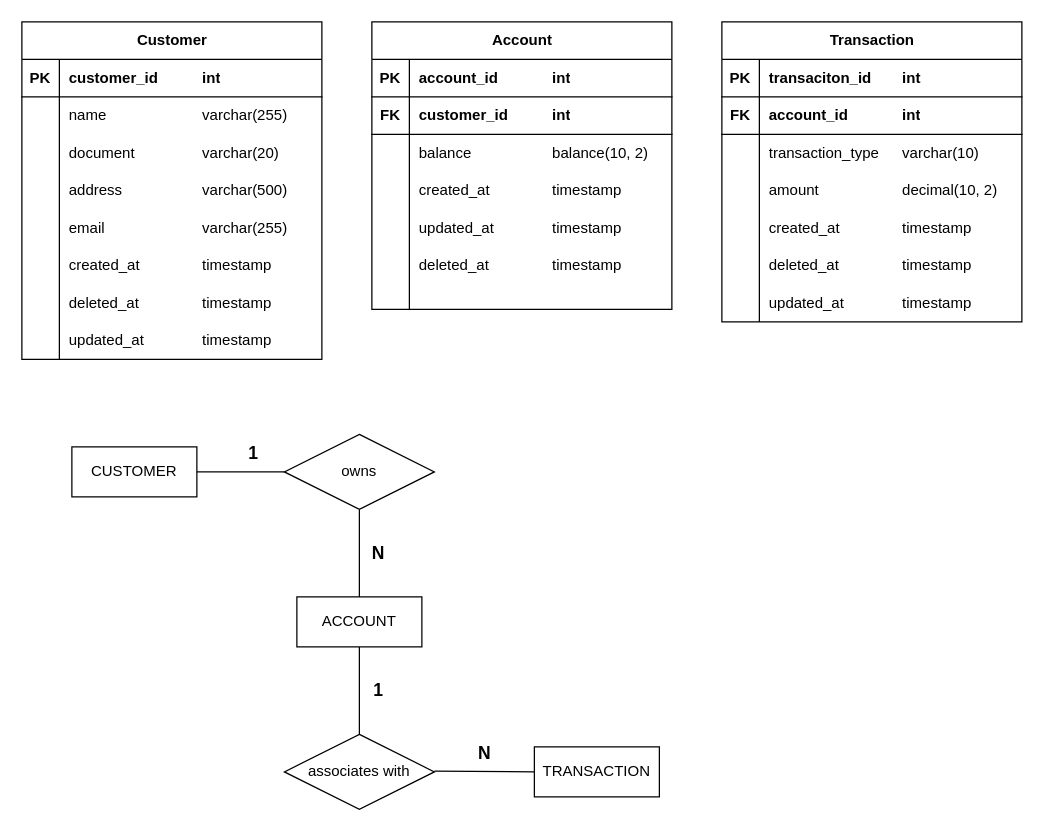
Above: src/entities.diagram.drawio in joao21dev/contas-digitais (draw.io), before the change. Source tidied: cells renumbered, new cells numbered last; positions are measured from the earlier drawing's top-left corner, leaving out a move shared by most shapes. Both pictures are drawn from the tidied source at 125%, with x=0, y=0 at pixel (21, 21).
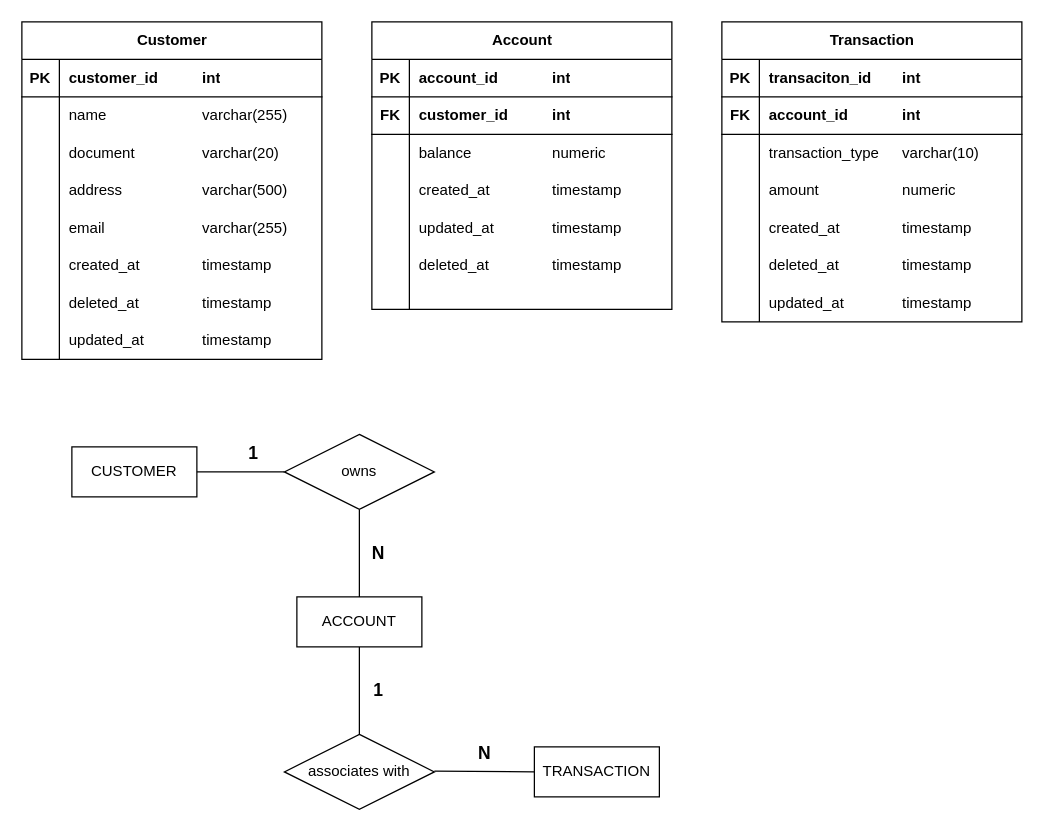
After the change.

Commit message:
fix: diagram entites

Unchanged cells that the change refers to:
```xml
<mxCell id="35" style="shape=tableRow;horizontal=0;startSize=0;swimlaneHead=0;swimlaneBody=0;fillColor=none;top=0;left=0;right=0;bottom=0;" parent="28" vertex="1">
  <mxGeometry y="90" width="240" height="30" as="geometry" />
</mxCell>
<mxCell id="60" style="shape=tableRow;horizontal=0;startSize=0;swimlaneHead=0;swimlaneBody=0;fillColor=none;top=0;left=0;right=0;bottom=0;" parent="50" vertex="1">
  <mxGeometry y="120" width="240" height="30" as="geometry" />
</mxCell>
```

What changed in the source:
```diff
@@
-    <mxCell id="37" value="balance&lt;span style=&quot;white-space: pre;&quot;&gt;&#9;&lt;/span&gt;&lt;span style=&quot;white-space: pre;&quot;&gt;&#9;&lt;/span&gt;&lt;span style=&quot;white-space: pre;&quot;&gt;&#9;&lt;/span&gt;balance(10, 2)" style="shape=partialRectangle;fillColor=none;top=0;left=0;bottom=0;right=0;align=left;spacingLeft=6;overflow=hidden;whiteSpace=wrap;html=1;" parent="35" vertex="1">
+    <mxCell id="37" value="balance&lt;span style=&quot;white-space: pre;&quot;&gt;&#9;&lt;/span&gt;&lt;span style=&quot;white-space: pre;&quot;&gt;&#9;&lt;/span&gt;&lt;span style=&quot;white-space: pre;&quot;&gt;&#9;&lt;/span&gt;numeric" style="shape=partialRectangle;fillColor=none;top=0;left=0;bottom=0;right=0;align=left;spacingLeft=6;overflow=hidden;whiteSpace=wrap;html=1;" parent="35" vertex="1">
       <mxGeometry x="30" width="210" height="30" as="geometry" />
     </mxCell>
@@
-    <mxCell id="62" value="amount&lt;span style=&quot;white-space: pre;&quot;&gt;&#9;&lt;/span&gt;&lt;span style=&quot;white-space: pre;&quot;&gt;&#9;&lt;/span&gt;&lt;span style=&quot;white-space: pre;&quot;&gt;&#9;&lt;/span&gt;decimal(10, 2)" style="shape=partialRectangle;fillColor=none;top=0;left=0;bottom=0;right=0;align=left;spacingLeft=6;overflow=hidden;whiteSpace=wrap;html=1;" parent="60" vertex="1">
+    <mxCell id="62" value="amount&lt;span style=&quot;white-space: pre;&quot;&gt;&#9;&lt;/span&gt;&lt;span style=&quot;white-space: pre;&quot;&gt;&#9;&lt;/span&gt;&lt;span style=&quot;white-space: pre;&quot;&gt;&#9;&lt;/span&gt;numeric" style="shape=partialRectangle;fillColor=none;top=0;left=0;bottom=0;right=0;align=left;spacingLeft=6;overflow=hidden;whiteSpace=wrap;html=1;" parent="60" vertex="1">
       <mxGeometry x="30" width="210" height="30" as="geometry" />
     </mxCell>
```
